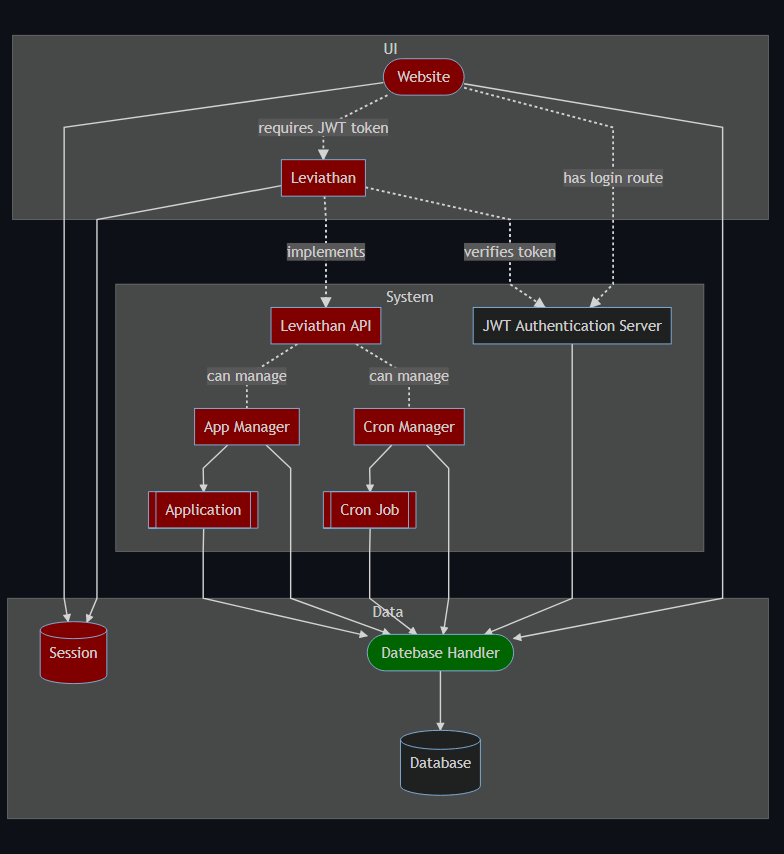
Above: diagrams/domain.png in olivernybo/leviathan (Mermaid), before the change. Its source is kept beside it as diagrams/domain.mmd.
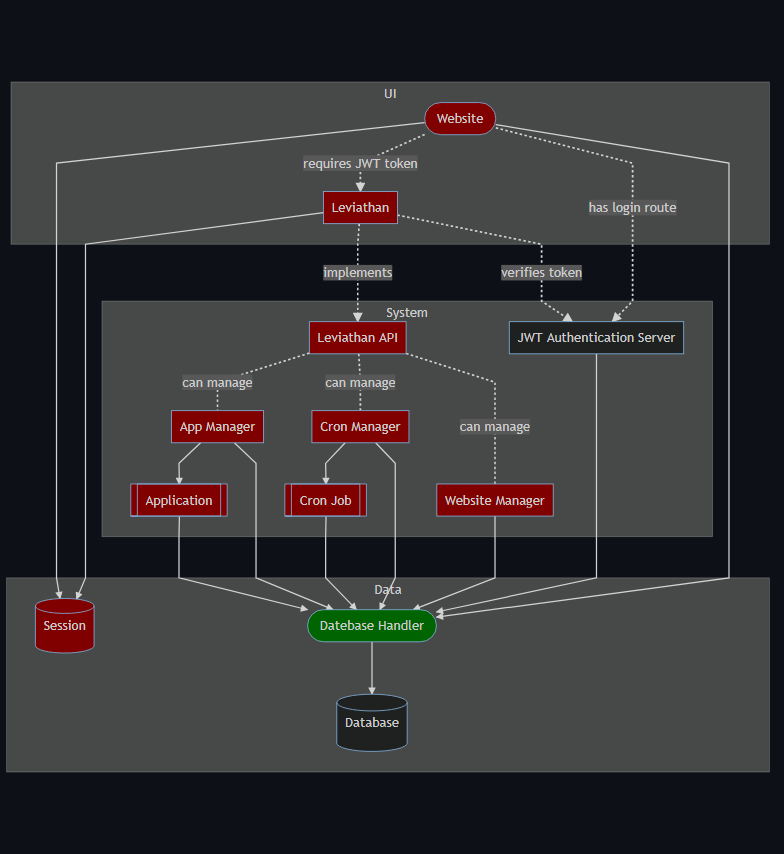
The same file after the commit.

Commit message:
added website manager to domain

Change to the diagram source:
```diff
@@ -16,6 +16,7 @@
 	subgraph system [System]
 	jwt[JWT Authentication Server]
 	api[Leviathan API]:::TODO
+	webmanager[Website Manager]:::TODO
 	cronmanager[Cron Manager]:::TODO
 	cronjob[[Cron Job]]:::TODO
 	appmanager[App Manager]:::TODO
@@ -28,8 +29,10 @@
 	leviathan-.->|verifies token|jwt
 	leviathan-.->|implements|api
 	jwt-->dbh
+	api-.-|can manage|webmanager
 	api-.-|can manage|cronmanager
 	api-.-|can manage|appmanager
+	webmanager-->dbh
 	cronmanager-->dbh
 	cronmanager-->cronjob
 	cronjob-->dbh
```
